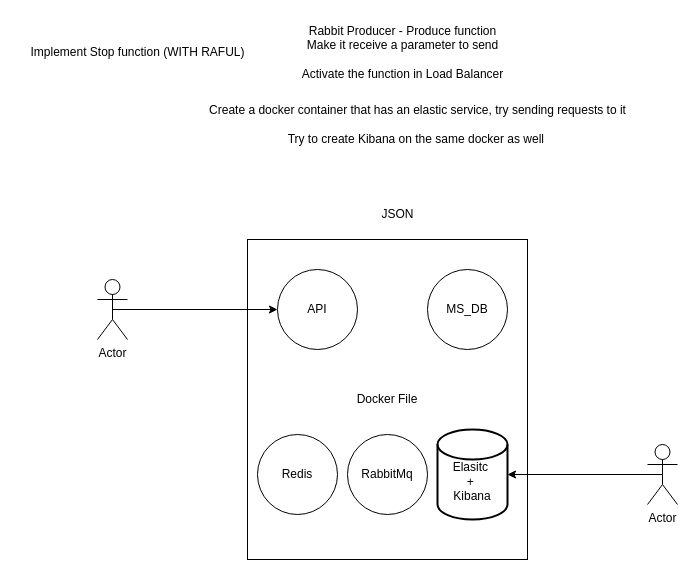
amitwev/DataTube keeps this draw.io diagram as page "Workflow" (1 of 8) of Diagrams.drawio. Above is the earlier version. Source tidied: cells renumbered, new cells numbered last; positions are measured from the earlier drawing's top-left corner, leaving out a move shared by most shapes. Both pictures are drawn from the tidied source at 100%, with x=0, y=0 at pixel (17, 17).
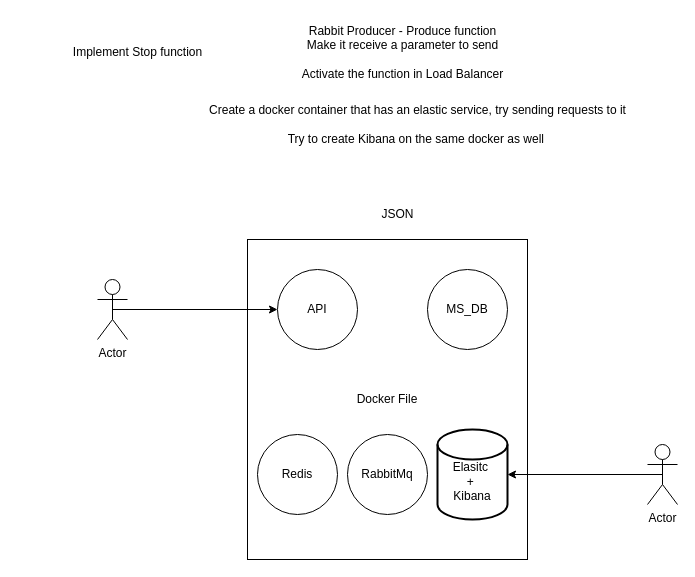
The same page after the edit.

Change to the diagram source:
```diff
@@
 <mxGraphModel>
   <root>
     <mxCell id="0" />
     <mxCell id="1" parent="0" />
-    <mxCell id="2" value="Implement Stop function (WITH RAFUL)" style="text;html=1;align=center;verticalAlign=middle;strokeColor=none;fillColor=none;" parent="1" vertex="1">
-      <mxGeometry y="20" width="240" height="30" as="geometry" />
+    <mxCell id="2" value="Implement Stop function" style="text;html=1;align=center;verticalAlign=middle;strokeColor=none;fillColor=none;" parent="1" vertex="1">
+      <mxGeometry x="45" y="20" width="150" height="30" as="geometry" />
     </mxCell>
     <mxCell id="3" value="Rabbit Producer - Produce function&lt;br&gt;Make it receive a parameter to send&lt;br&gt;&lt;br&gt;Activate the function in Load Balancer" style="text;html=1;align=center;verticalAlign=middle;strokeColor=none;fillColor=none;" parent="1" vertex="1">
       <mxGeometry x="275" width="220" height="70" as="geometry" />
     </mxCell>
     <mxCell id="4" value="Create a docker container that has an elastic service, try sending requests to it&lt;br&gt;&lt;br&gt;Try to create Kibana on the same docker as well&amp;nbsp;" style="text;html=1;align=center;verticalAlign=middle;strokeColor=none;fillColor=none;" parent="1" vertex="1">
       <mxGeometry x="180" y="77" width="440" height="60" as="geometry" />
     </mxCell>
     <mxCell id="5" value="Docker File" style="rounded=0;whiteSpace=wrap;html=1;" parent="1" vertex="1">
       <mxGeometry x="230" y="222" width="280" height="320" as="geometry" />
     </mxCell>
     <mxCell id="6" value="API" style="ellipse;whiteSpace=wrap;html=1;" parent="1" vertex="1">
       <mxGeometry x="260" y="252" width="80" height="80" as="geometry" />
     </mxCell>
     <mxCell id="7" value="MS_DB" style="ellipse;whiteSpace=wrap;html=1;" parent="1" vertex="1">
       <mxGeometry x="410" y="252" width="80" height="80" as="geometry" />
     </mxCell>
     <mxCell id="8" value="Redis" style="ellipse;whiteSpace=wrap;html=1;" parent="1" vertex="1">
       <mxGeometry x="240" y="417" width="80" height="80" as="geometry" />
     </mxCell>
     <mxCell id="9" value="RabbitMq" style="ellipse;whiteSpace=wrap;html=1;" parent="1" vertex="1">
       <mxGeometry x="330" y="417" width="80" height="80" as="geometry" />
     </mxCell>
     <mxCell id="10" value="&lt;br&gt;Elasitc&amp;nbsp;&lt;br&gt;+&amp;nbsp;&lt;br&gt;Kibana" style="strokeWidth=2;html=1;shape=mxgraph.flowchart.database;whiteSpace=wrap;" parent="1" vertex="1">
       <mxGeometry x="420" y="412" width="70" height="90" as="geometry" />
     </mxCell>
     <mxCell id="11" value="Actor" style="shape=umlActor;verticalLabelPosition=bottom;verticalAlign=top;html=1;" parent="1" vertex="1">
       <mxGeometry x="80" y="262" width="30" height="60" as="geometry" />
     </mxCell>
     <mxCell id="12" style="endArrow=classic;html=1;rounded=0;entryX=0;entryY=0.5;entryDx=0;entryDy=0;" parent="1" edge="1" target="6">
       <mxGeometry relative="1" as="geometry">
         <mxPoint x="95" y="292" as="sourcePoint" />
       </mxGeometry>
     </mxCell>
     <mxCell id="13" style="endArrow=classic;html=1;rounded=0;entryX=1;entryY=0.5;entryDx=0;entryDy=0;entryPerimeter=0;exitX=0.5;exitY=0.5;exitDx=0;exitDy=0;exitPerimeter=0;" parent="1" edge="1" source="14" target="10">
       <mxGeometry relative="1" as="geometry" />
     </mxCell>
     <mxCell id="14" value="Actor" style="shape=umlActor;verticalLabelPosition=bottom;verticalAlign=top;html=1;outlineConnect=0;" parent="1" vertex="1">
       <mxGeometry x="630" y="427" width="30" height="60" as="geometry" />
     </mxCell>
     <mxCell id="15" value="JSON" style="text;html=1;align=center;verticalAlign=middle;strokeColor=none;fillColor=none;" parent="1" vertex="1">
       <mxGeometry x="350" y="182" width="60" height="30" as="geometry" />
     </mxCell>
   </root>
 </mxGraphModel>
```
